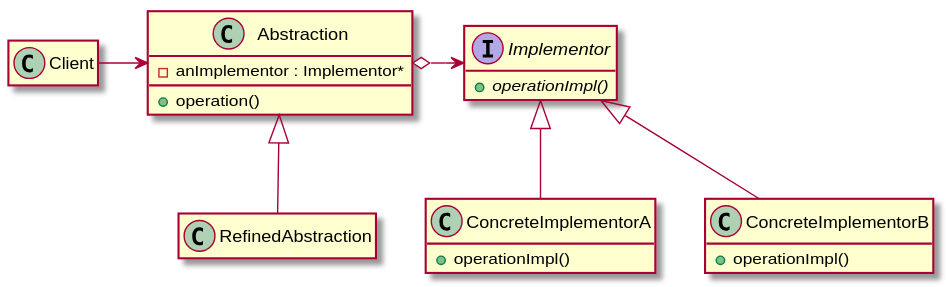
Before: programming/patterns/Bridge/Class.svg, a diagram exported from PlantUML (pvc1989/miniWiki). Its diagram source:
```plantuml
@startuml
Client -right-> Abstraction
Abstraction <|-- RefinedAbstraction
Abstraction o-right-> Implementor
Implementor <|-- ConcreteImplementorA
Implementor <|-- ConcreteImplementorB

class Abstraction {
  -anImplementor : Implementor*
  +operation()
}
interface Implementor {
  {abstract} +operationImpl()
}
class ConcreteImplementorA {
  +operationImpl()
}
class ConcreteImplementorB {
  +operationImpl()
}

hide empty attributes
hide empty methods
@enduml
```
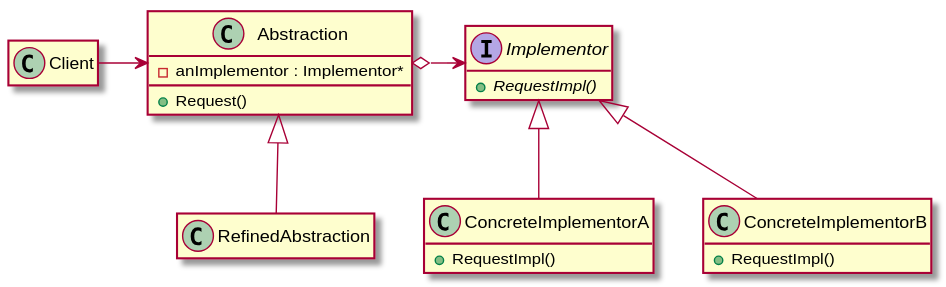
Above is the later version.

Commit message:
Update diagram and description for Bridge.

What changed in the source:
```diff
@@ -7,16 +7,16 @@
 
 class Abstraction {
   -anImplementor : Implementor*
-  +operation()
+  +Request()
 }
 interface Implementor {
-  {abstract} +operationImpl()
+  {abstract} +RequestImpl()
 }
 class ConcreteImplementorA {
-  +operationImpl()
+  +RequestImpl()
 }
 class ConcreteImplementorB {
-  +operationImpl()
+  +RequestImpl()
 }
 
 hide empty attributes
```
